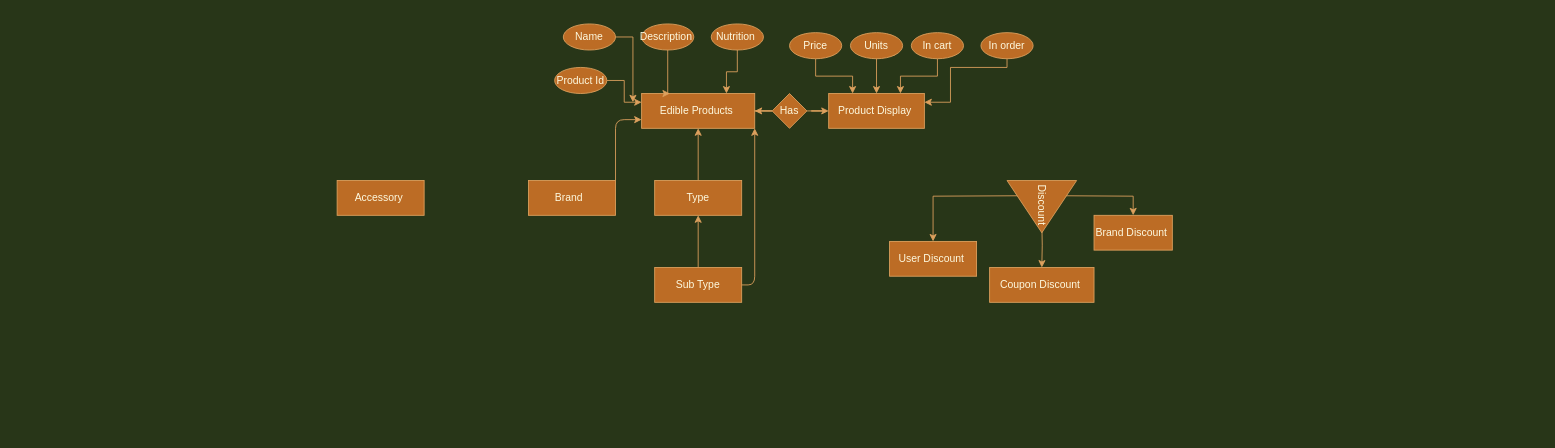
Before: Backend.drawio in JamesHellerAnish/Blog, a draw.io diagram. Source tidied: cells renumbered, new cells numbered last; positions are measured from the earlier drawing's top-left corner, leaving out a move shared by most shapes. Both pictures are drawn from the tidied source at 87%, with x=0, y=0 at pixel (337, 23).
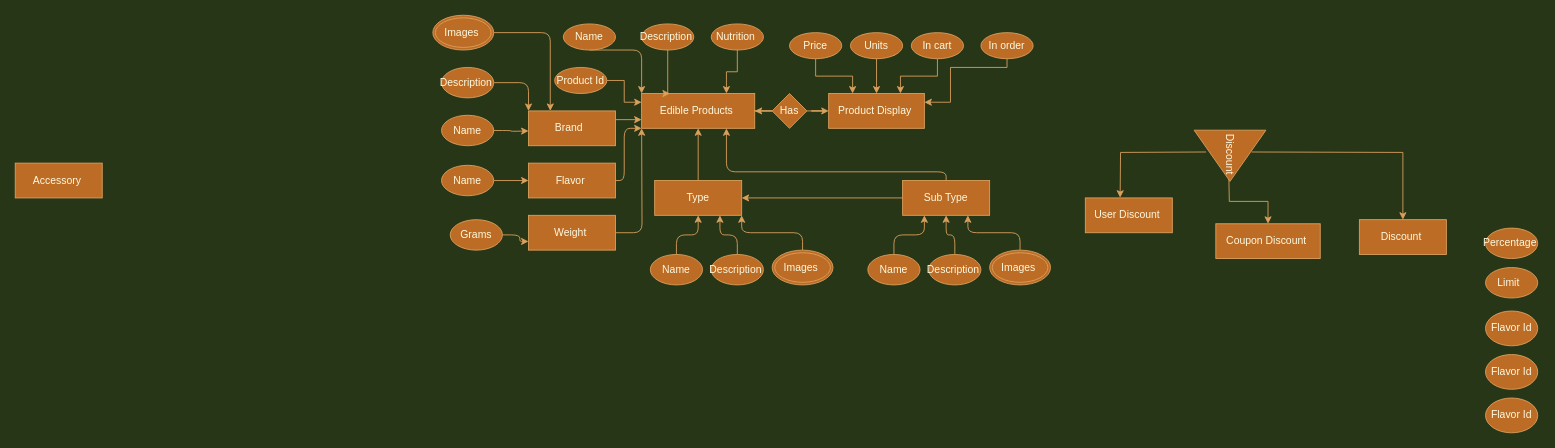
The same page after the edit.

Unchanged cells that the change refers to:
```xml
<mxCell id="2" value="Edible Products&amp;nbsp;" style="rounded=0;whiteSpace=wrap;html=1;fillColor=#BC6C25;strokeColor=#DDA15E;fontColor=#FEFAE0;" parent="1" vertex="1">
  <mxGeometry x="350" y="80" width="130" height="40" as="geometry" />
</mxCell>
<mxCell id="5" value="Name" style="ellipse;whiteSpace=wrap;html=1;rotation=0;fillColor=#BC6C25;strokeColor=#DDA15E;fontColor=#FEFAE0;" parent="1" vertex="1">
  <mxGeometry x="260" width="60" height="30" as="geometry" />
</mxCell>
<mxCell id="32" value="Type" style="whiteSpace=wrap;html=1;fillColor=#BC6C25;strokeColor=#DDA15E;fontColor=#FEFAE0;" parent="1" vertex="1">
  <mxGeometry x="365" y="180" width="100" height="40" as="geometry" />
</mxCell>
```

The edit, as a diff of the source:
```diff
@@
-    <mxCell id="4" style="edgeStyle=orthogonalEdgeStyle;rounded=0;jettySize=auto;html=1;labelBackgroundColor=#283618;strokeColor=#DDA15E;fontColor=#FEFAE0;" parent="1" edge="1" source="5">
-      <mxGeometry relative="1" as="geometry">
-        <mxPoint x="340" y="90" as="targetPoint" />
-        <Array as="points">
-          <mxPoint x="340" y="15" />
-        </Array>
-      </mxGeometry>
-    </mxCell>
+    <mxCell id="38" style="edgeStyle=orthogonalEdgeStyle;curved=0;rounded=1;sketch=0;jettySize=auto;html=1;fontColor=#FEFAE0;strokeColor=#DDA15E;fillColor=#BC6C25;" parent="1" edge="1" source="5">
+      <mxGeometry relative="1" as="geometry">
+        <mxPoint x="350" y="80" as="targetPoint" />
+        <Array as="points">
+          <mxPoint x="350" y="30" />
+        </Array>
+      </mxGeometry>
+    </mxCell>
@@
-    <mxCell id="15" style="edgeStyle=orthogonalEdgeStyle;rounded=0;jettySize=auto;html=1;labelBackgroundColor=#283618;strokeColor=#DDA15E;fontColor=#FEFAE0;" parent="1" edge="1" target="18">
+    <mxCell id="15" style="edgeStyle=orthogonalEdgeStyle;rounded=0;orthogonalLoop=1;jettySize=auto;html=1;labelBackgroundColor=#283618;strokeColor=#DDA15E;fontColor=#FEFAE0;" parent="1" edge="1">
       <mxGeometry relative="1" as="geometry">
-        <mxPoint x="783.8" y="197.5" as="sourcePoint" />
+        <mxPoint x="998.8" y="147.2" as="sourcePoint" />
+        <mxPoint x="900" y="199.7" as="targetPoint" />
       </mxGeometry>
     </mxCell>
     <mxCell id="16" style="edgeStyle=orthogonalEdgeStyle;rounded=0;jettySize=auto;html=1;labelBackgroundColor=#283618;strokeColor=#DDA15E;fontColor=#FEFAE0;" parent="1" edge="1" target="19">
       <mxGeometry relative="1" as="geometry">
-        <mxPoint x="810" y="227.5" as="sourcePoint" />
+        <mxPoint x="1025" y="177.2" as="sourcePoint" />
       </mxGeometry>
     </mxCell>
     <mxCell id="17" style="edgeStyle=orthogonalEdgeStyle;rounded=0;jettySize=auto;html=1;labelBackgroundColor=#283618;strokeColor=#DDA15E;fontColor=#FEFAE0;" parent="1" edge="1" target="20">
       <mxGeometry relative="1" as="geometry">
-        <mxPoint x="836.2" y="197.5" as="sourcePoint" />
+        <mxPoint x="1051.2" y="147.2" as="sourcePoint" />
       </mxGeometry>
     </mxCell>
     <mxCell id="18" value="User Discount&amp;nbsp;" style="whiteSpace=wrap;html=1;fillColor=#BC6C25;strokeColor=#DDA15E;fontColor=#FEFAE0;" parent="1" vertex="1">
-      <mxGeometry x="635" y="250" width="100" height="40" as="geometry" />
+      <mxGeometry x="860" y="200" width="100" height="40" as="geometry" />
     </mxCell>
     <mxCell id="19" value="Coupon Discount&amp;nbsp;" style="whiteSpace=wrap;html=1;fillColor=#BC6C25;strokeColor=#DDA15E;fontColor=#FEFAE0;" parent="1" vertex="1">
-      <mxGeometry x="750" y="280" width="120" height="40" as="geometry" />
+      <mxGeometry x="1010" y="229.7" width="120" height="40" as="geometry" />
     </mxCell>
-    <mxCell id="20" value="Brand Discount&amp;nbsp;" style="whiteSpace=wrap;html=1;fillColor=#BC6C25;strokeColor=#DDA15E;fontColor=#FEFAE0;" parent="1" vertex="1">
-      <mxGeometry x="870" y="220" width="90" height="40" as="geometry" />
+    <mxCell id="20" value="Discount&amp;nbsp;" style="whiteSpace=wrap;html=1;fillColor=#BC6C25;strokeColor=#DDA15E;fontColor=#FEFAE0;" parent="1" vertex="1">
+      <mxGeometry x="1175" y="225" width="100" height="40" as="geometry" />
     </mxCell>
     <mxCell id="21" value="Discount&amp;nbsp;" style="triangle;whiteSpace=wrap;html=1;fontColor=#FEFAE0;rotation=90;fillColor=#BC6C25;strokeColor=#DDA15E;" parent="1" vertex="1">
-      <mxGeometry x="780" y="170" width="60" height="80" as="geometry" />
+      <mxGeometry x="996.9" y="110.3" width="58.8" height="82.5" as="geometry" />
     </mxCell>
@@
     <mxCell id="30" value="Accessory&amp;nbsp;" style="whiteSpace=wrap;html=1;align=center;fontColor=#FEFAE0;fillColor=#BC6C25;strokeColor=#DDA15E;" parent="1" vertex="1">
-      <mxGeometry y="180" width="100" height="40" as="geometry" />
+      <mxGeometry x="-370" y="160" width="100" height="40" as="geometry" />
     </mxCell>
@@
-    <mxCell id="33" style="edgeStyle=orthogonalEdgeStyle;curved=0;rounded=1;sketch=0;jettySize=auto;html=1;entryX=0.5;entryY=1;entryDx=0;entryDy=0;fontColor=#FEFAE0;strokeColor=#DDA15E;fillColor=#BC6C25;" parent="1" edge="1" source="35" target="32">
+    <mxCell id="33" style="edgeStyle=orthogonalEdgeStyle;curved=0;rounded=1;sketch=0;jettySize=auto;html=1;fontColor=#FEFAE0;strokeColor=#DDA15E;fillColor=#BC6C25;entryX=1;entryY=0.5;entryDx=0;entryDy=0;" parent="1" edge="1" source="35" target="32">
       <mxGeometry relative="1" as="geometry" />
     </mxCell>
-    <mxCell id="34" style="edgeStyle=orthogonalEdgeStyle;curved=0;rounded=1;sketch=0;jettySize=auto;html=1;entryX=1;entryY=1;entryDx=0;entryDy=0;fontColor=#FEFAE0;strokeColor=#DDA15E;fillColor=#BC6C25;" parent="1" edge="1" source="35" target="2">
+    <mxCell id="34" style="edgeStyle=orthogonalEdgeStyle;curved=0;rounded=1;sketch=0;jettySize=auto;html=1;entryX=0.75;entryY=1;entryDx=0;entryDy=0;fontColor=#FEFAE0;strokeColor=#DDA15E;fillColor=#BC6C25;" parent="1" edge="1" source="35" target="2">
       <mxGeometry relative="1" as="geometry">
         <Array as="points">
-          <mxPoint x="480" y="300" />
+          <mxPoint x="700" y="170" />
+          <mxPoint x="448" y="170" />
         </Array>
       </mxGeometry>
     </mxCell>
     <mxCell id="35" value="Sub Type" style="whiteSpace=wrap;html=1;fillColor=#BC6C25;strokeColor=#DDA15E;fontColor=#FEFAE0;" parent="1" vertex="1">
-      <mxGeometry x="365" y="280" width="100" height="40" as="geometry" />
+      <mxGeometry x="650" y="180" width="100" height="40" as="geometry" />
     </mxCell>
@@
     <mxCell id="37" value="Brand &amp;nbsp;" style="whiteSpace=wrap;html=1;fillColor=#BC6C25;strokeColor=#DDA15E;fontColor=#FEFAE0;" parent="1" vertex="1">
-      <mxGeometry x="220" y="180" width="100" height="40" as="geometry" />
+      <mxGeometry x="220" y="100" width="100" height="40" as="geometry" />
     </mxCell>
+    <mxCell id="39" style="edgeStyle=orthogonalEdgeStyle;curved=0;rounded=1;sketch=0;jettySize=auto;html=1;fontColor=#FEFAE0;strokeColor=#DDA15E;fillColor=#BC6C25;" parent="1" edge="1" source="40">
+      <mxGeometry relative="1" as="geometry">
+        <mxPoint x="350" y="120" as="targetPoint" />
+        <Array as="points">
+          <mxPoint x="330" y="180" />
+          <mxPoint x="330" y="120" />
+        </Array>
+      </mxGeometry>
+    </mxCell>
+    <mxCell id="40" value="Flavor&amp;nbsp;" style="whiteSpace=wrap;html=1;fillColor=#BC6C25;strokeColor=#DDA15E;fontColor=#FEFAE0;" parent="1" vertex="1">
+      <mxGeometry x="220" y="160" width="100" height="40" as="geometry" />
+    </mxCell>
+    <mxCell id="41" style="edgeStyle=orthogonalEdgeStyle;curved=0;rounded=1;sketch=0;jettySize=auto;html=1;fontColor=#FEFAE0;strokeColor=#DDA15E;fillColor=#BC6C25;" parent="1" edge="1" source="42">
+      <mxGeometry relative="1" as="geometry">
+        <mxPoint x="350" y="120" as="targetPoint" />
+      </mxGeometry>
+    </mxCell>
+    <mxCell id="42" value="Weight&amp;nbsp;" style="whiteSpace=wrap;html=1;fillColor=#BC6C25;strokeColor=#DDA15E;fontColor=#FEFAE0;" parent="1" vertex="1">
+      <mxGeometry x="220" y="220" width="100" height="40" as="geometry" />
+    </mxCell>
+    <mxCell id="43" style="edgeStyle=orthogonalEdgeStyle;curved=0;rounded=1;sketch=0;jettySize=auto;html=1;entryX=0;entryY=0.75;entryDx=0;entryDy=0;fontColor=#FEFAE0;strokeColor=#DDA15E;fillColor=#BC6C25;" parent="1" edge="1" source="44" target="42">
+      <mxGeometry relative="1" as="geometry" />
+    </mxCell>
+    <mxCell id="44" value="Grams" style="ellipse;whiteSpace=wrap;html=1;rotation=0;fillColor=#BC6C25;strokeColor=#DDA15E;fontColor=#FEFAE0;" parent="1" vertex="1">
+      <mxGeometry x="130" y="225" width="60" height="35" as="geometry" />
+    </mxCell>
+    <mxCell id="45" style="edgeStyle=orthogonalEdgeStyle;curved=0;rounded=1;sketch=0;jettySize=auto;html=1;entryX=0;entryY=0.5;entryDx=0;entryDy=0;fontColor=#FEFAE0;strokeColor=#DDA15E;fillColor=#BC6C25;" parent="1" edge="1" source="46" target="40">
+      <mxGeometry relative="1" as="geometry" />
+    </mxCell>
+    <mxCell id="46" value="Name" style="ellipse;whiteSpace=wrap;html=1;rotation=0;fillColor=#BC6C25;strokeColor=#DDA15E;fontColor=#FEFAE0;" parent="1" vertex="1">
+      <mxGeometry x="120" y="162.5" width="60" height="35" as="geometry" />
+    </mxCell>
+    <mxCell id="47" style="edgeStyle=orthogonalEdgeStyle;curved=0;rounded=1;sketch=0;jettySize=auto;html=1;fontColor=#FEFAE0;strokeColor=#DDA15E;fillColor=#BC6C25;" parent="1" edge="1" source="48">
+      <mxGeometry relative="1" as="geometry">
+        <mxPoint x="220" y="123" as="targetPoint" />
+      </mxGeometry>
+    </mxCell>
+    <mxCell id="48" value="Name" style="ellipse;whiteSpace=wrap;html=1;rotation=0;fillColor=#BC6C25;strokeColor=#DDA15E;fontColor=#FEFAE0;" parent="1" vertex="1">
+      <mxGeometry x="120" y="105" width="60" height="35" as="geometry" />
+    </mxCell>
+    <mxCell id="49" style="edgeStyle=orthogonalEdgeStyle;curved=0;rounded=1;sketch=0;jettySize=auto;html=1;entryX=0;entryY=0;entryDx=0;entryDy=0;fontColor=#FEFAE0;strokeColor=#DDA15E;fillColor=#BC6C25;" parent="1" edge="1" source="50" target="37">
+      <mxGeometry relative="1" as="geometry" />
+    </mxCell>
+    <mxCell id="50" value="Description&amp;nbsp;" style="ellipse;whiteSpace=wrap;html=1;rotation=0;fillColor=#BC6C25;strokeColor=#DDA15E;fontColor=#FEFAE0;" parent="1" vertex="1">
+      <mxGeometry x="120" y="50" width="60" height="35" as="geometry" />
+    </mxCell>
+    <mxCell id="51" style="edgeStyle=orthogonalEdgeStyle;curved=0;rounded=1;sketch=0;jettySize=auto;html=1;entryX=0.25;entryY=0;entryDx=0;entryDy=0;fontColor=#FEFAE0;strokeColor=#DDA15E;fillColor=#BC6C25;" parent="1" edge="1" source="52" target="37">
+      <mxGeometry relative="1" as="geometry" />
+    </mxCell>
+    <mxCell id="52" value="Images&amp;nbsp;" style="ellipse;shape=doubleEllipse;margin=3;whiteSpace=wrap;html=1;align=center;rounded=0;sketch=0;fontColor=#FEFAE0;strokeColor=#DDA15E;fillColor=#BC6C25;" parent="1" vertex="1">
+      <mxGeometry x="110" y="-10" width="70" height="40" as="geometry" />
+    </mxCell>
+    <mxCell id="53" style="edgeStyle=orthogonalEdgeStyle;curved=0;rounded=1;sketch=0;jettySize=auto;html=1;entryX=1;entryY=1;entryDx=0;entryDy=0;fontColor=#FEFAE0;strokeColor=#DDA15E;fillColor=#BC6C25;" parent="1" edge="1" source="54" target="32">
+      <mxGeometry relative="1" as="geometry">
+        <Array as="points">
+          <mxPoint x="535" y="240" />
+          <mxPoint x="465" y="240" />
+        </Array>
+      </mxGeometry>
+    </mxCell>
+    <mxCell id="54" value="Images&amp;nbsp;" style="ellipse;shape=doubleEllipse;margin=3;whiteSpace=wrap;html=1;align=center;rounded=0;sketch=0;fontColor=#FEFAE0;strokeColor=#DDA15E;fillColor=#BC6C25;" parent="1" vertex="1">
+      <mxGeometry x="500" y="260" width="70" height="40" as="geometry" />
+    </mxCell>
+    <mxCell id="55" style="edgeStyle=orthogonalEdgeStyle;curved=0;rounded=1;sketch=0;jettySize=auto;html=1;entryX=0.75;entryY=1;entryDx=0;entryDy=0;fontColor=#FEFAE0;strokeColor=#DDA15E;fillColor=#BC6C25;" parent="1" edge="1" source="56" target="32">
+      <mxGeometry relative="1" as="geometry" />
+    </mxCell>
+    <mxCell id="56" value="Description&amp;nbsp;" style="ellipse;whiteSpace=wrap;html=1;rotation=0;fillColor=#BC6C25;strokeColor=#DDA15E;fontColor=#FEFAE0;" parent="1" vertex="1">
+      <mxGeometry x="430" y="265" width="60" height="35" as="geometry" />
+    </mxCell>
+    <mxCell id="57" style="edgeStyle=orthogonalEdgeStyle;curved=0;rounded=1;sketch=0;jettySize=auto;html=1;entryX=0.5;entryY=1;entryDx=0;entryDy=0;fontColor=#FEFAE0;strokeColor=#DDA15E;fillColor=#BC6C25;" parent="1" edge="1" source="58" target="32">
+      <mxGeometry relative="1" as="geometry" />
+    </mxCell>
+    <mxCell id="58" value="Name" style="ellipse;whiteSpace=wrap;html=1;rotation=0;fillColor=#BC6C25;strokeColor=#DDA15E;fontColor=#FEFAE0;" parent="1" vertex="1">
+      <mxGeometry x="360" y="265" width="60" height="35" as="geometry" />
+    </mxCell>
+    <mxCell id="59" style="edgeStyle=orthogonalEdgeStyle;curved=0;rounded=1;sketch=0;jettySize=auto;html=1;entryX=0.75;entryY=1;entryDx=0;entryDy=0;fontColor=#FEFAE0;strokeColor=#DDA15E;fillColor=#BC6C25;" parent="1" edge="1" source="60" target="35">
+      <mxGeometry relative="1" as="geometry" />
+    </mxCell>
+    <mxCell id="60" value="Images&amp;nbsp;" style="ellipse;shape=doubleEllipse;margin=3;whiteSpace=wrap;html=1;align=center;rounded=0;sketch=0;fontColor=#FEFAE0;strokeColor=#DDA15E;fillColor=#BC6C25;" parent="1" vertex="1">
+      <mxGeometry x="750" y="260" width="70" height="40" as="geometry" />
+    </mxCell>
+    <mxCell id="61" style="edgeStyle=orthogonalEdgeStyle;curved=0;rounded=1;sketch=0;jettySize=auto;html=1;entryX=0.5;entryY=1;entryDx=0;entryDy=0;fontColor=#FEFAE0;strokeColor=#DDA15E;fillColor=#BC6C25;" parent="1" edge="1" source="62" target="35">
+      <mxGeometry relative="1" as="geometry" />
+    </mxCell>
+    <mxCell id="62" value="Description&amp;nbsp;" style="ellipse;whiteSpace=wrap;html=1;rotation=0;fillColor=#BC6C25;strokeColor=#DDA15E;fontColor=#FEFAE0;" parent="1" vertex="1">
+      <mxGeometry x="680" y="265" width="60" height="35" as="geometry" />
+    </mxCell>
+    <mxCell id="63" style="edgeStyle=orthogonalEdgeStyle;curved=0;rounded=1;sketch=0;jettySize=auto;html=1;entryX=0.25;entryY=1;entryDx=0;entryDy=0;fontColor=#FEFAE0;strokeColor=#DDA15E;fillColor=#BC6C25;" parent="1" edge="1" source="64" target="35">
+      <mxGeometry relative="1" as="geometry" />
+    </mxCell>
+    <mxCell id="64" value="Name" style="ellipse;whiteSpace=wrap;html=1;rotation=0;fillColor=#BC6C25;strokeColor=#DDA15E;fontColor=#FEFAE0;" parent="1" vertex="1">
+      <mxGeometry x="610" y="265" width="60" height="35" as="geometry" />
+    </mxCell>
+    <mxCell id="65" value="Percentage&amp;nbsp;" style="ellipse;whiteSpace=wrap;html=1;rotation=0;fillColor=#BC6C25;strokeColor=#DDA15E;fontColor=#FEFAE0;" parent="1" vertex="1">
+      <mxGeometry x="1320" y="234.7" width="60" height="35" as="geometry" />
+    </mxCell>
+    <mxCell id="66" value="Limit &amp;nbsp;" style="ellipse;whiteSpace=wrap;html=1;rotation=0;fillColor=#BC6C25;strokeColor=#DDA15E;fontColor=#FEFAE0;" parent="1" vertex="1">
+      <mxGeometry x="1320" y="280" width="60" height="35" as="geometry" />
+    </mxCell>
+    <mxCell id="67" value="Flavor Id" style="ellipse;whiteSpace=wrap;html=1;rotation=0;fillColor=#BC6C25;strokeColor=#DDA15E;fontColor=#FEFAE0;" parent="1" vertex="1">
+      <mxGeometry x="1320" y="330" width="60" height="40" as="geometry" />
+    </mxCell>
+    <mxCell id="68" value="Flavor Id" style="ellipse;whiteSpace=wrap;html=1;rotation=0;fillColor=#BC6C25;strokeColor=#DDA15E;fontColor=#FEFAE0;" parent="1" vertex="1">
+      <mxGeometry x="1320" y="380" width="60" height="40" as="geometry" />
+    </mxCell>
+    <mxCell id="69" value="Flavor Id" style="ellipse;whiteSpace=wrap;html=1;rotation=0;fillColor=#BC6C25;strokeColor=#DDA15E;fontColor=#FEFAE0;" parent="1" vertex="1">
+      <mxGeometry x="1320" y="430" width="60" height="40" as="geometry" />
+    </mxCell>
```
